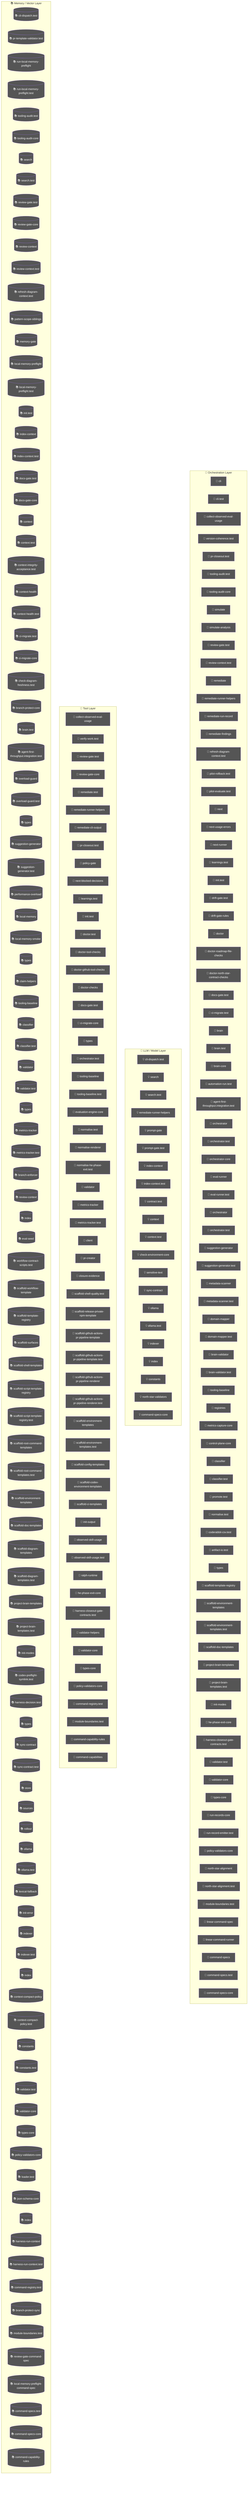
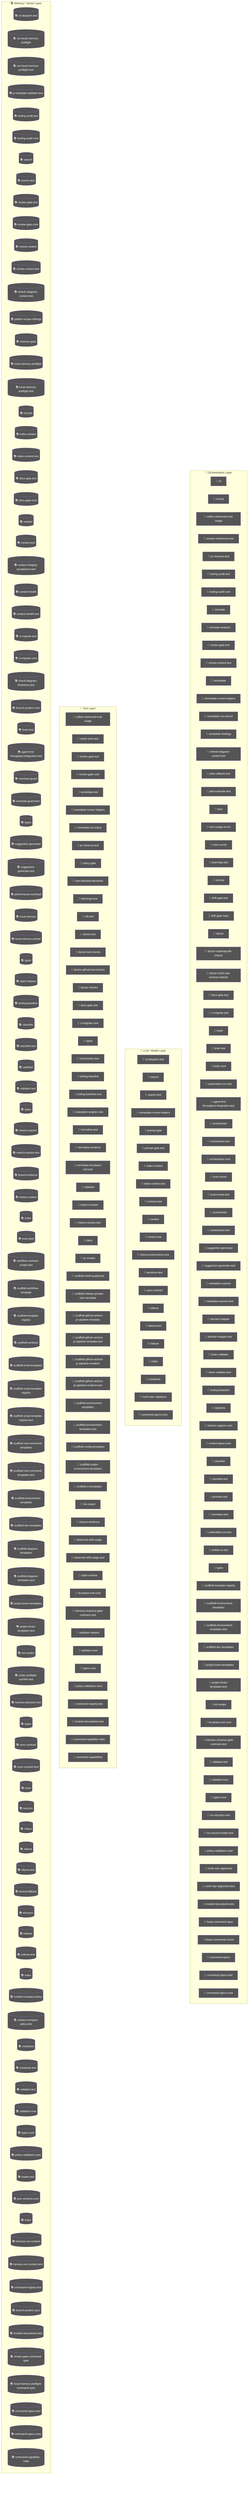
flowchart TD
  subgraph Orchestration["🎯 Orchestration Layer"]
    cli_99bb8840["🤖 cli"]
    cli_test_4851f28b["🤖 cli.test"]
    node_agent_mmd_orchestration_layer_orchestration_coll_37781291["🤖 collect-observed-eval-usage"]
    version_coherence_test_b81c6d8e["🤖 version-coherence.test"]
    pr_closeout_test_12a1ffdd["🤖 pr-closeout.test"]
    node_agent_mmd_orchestration_layer_orchestration_tool_5f9f8adf["🤖 tooling-audit.test"]
    node_agent_mmd_orchestration_layer_orchestration_tool_acfe0c01["🤖 tooling-audit-core"]
    simulate_b9efe395["🤖 simulate"]
    simulate_analysis_164a460c["🤖 simulate-analysis"]
    node_agent_mmd_orchestration_layer_orchestration_revi_ae9f100c["🤖 review-gate.test"]
    node_agent_mmd_orchestration_layer_orchestration_revi_84f25e5b["🤖 review-context.test"]
    remediate_06b9c7fc["🤖 remediate"]
    node_agent_mmd_orchestration_layer_orchestration_reme_359fe98f["🤖 remediate-runner-helpers"]
    remediate_run_record_9dfe5dc1["🤖 remediate-run-record"]
    remediate_findings_8b09c8c6["🤖 remediate-findings"]
    node_agent_mmd_orchestration_layer_orchestration_refr_10a87984["🤖 refresh-diagram-context.test"]
    pilot_rollback_test_e61d5a2b["🤖 pilot-rollback.test"]
    pilot_evaluate_test_a2ac06fc["🤖 pilot-evaluate.test"]
    next_c6c1c9a9["🤖 next"]
    next_usage_errors_837a345a["🤖 next-usage-errors"]
    next_runner_41643472["🤖 next-runner"]
    node_agent_mmd_orchestration_layer_orchestration_lear_5a2a5b08["🤖 learnings.test"]
    node_agent_mmd_orchestration_layer_orchestration_init_daf6ae1b["🤖 init.test"]
    drift_gate_test_816765e3["🤖 drift-gate.test"]
    drift_gate_rules_9685e72d["🤖 drift-gate-rules"]
    doctor_72f4be89["🤖 doctor"]
    doctor_roadmap_file_checks_14447b8e["🤖 doctor-roadmap-file-checks"]
    doctor_north_star_contract_checks_0048124c["🤖 doctor-north-star-contract-checks"]
    node_agent_mmd_orchestration_layer_orchestration_docs_22c7ae60["🤖 docs-gate.test"]
    node_agent_mmd_orchestration_layer_orchestration_ci_m_a6704d8b["🤖 ci-migrate.test"]
    brain_bbbf7a64["🤖 brain"]
    node_agent_mmd_orchestration_layer_orchestration_brai_9c019b6e["🤖 brain.test"]
    brain_core_aa07c380["🤖 brain-core"]
    automation_run_test_7b21d905["🤖 automation-run.test"]
    node_agent_mmd_orchestration_layer_orchestration_agen_eb715f44["🤖 agent-first-throughput.integration.test"]
    orchestrator_11376b7e["🤖 orchestrator"]
    orchestrator_test_18d2fe26["🤖 orchestrator.test"]
    orchestrator_core_d0678b53["🤖 orchestrator-core"]
    eval_runner_0966a6b3["🤖 eval-runner"]
    eval_runner_test_962c8c18["🤖 eval-runner.test"]
    orchestrator_1_6b7137c5["🤖 orchestrator"]
    node_agent_mmd_orchestration_layer_orchestration_orch_af4e7416["🤖 orchestrator.test"]
    node_agent_mmd_orchestration_layer_orchestration_sugg_85c5ebe3["🤖 suggestion-generator"]
    node_agent_mmd_orchestration_layer_orchestration_sugg_d0ad9d8e["🤖 suggestion-generator.test"]
    metadata_scanner_6a101b66["🤖 metadata-scanner"]
    metadata_scanner_test_faee743d["🤖 metadata-scanner.test"]
    domain_mapper_cd9333d2["🤖 domain-mapper"]
    domain_mapper_test_dc5a9896["🤖 domain-mapper.test"]
    brain_validator_be251832["🤖 brain-validator"]
    brain_validator_test_5e40cb72["🤖 brain-validator.test"]
    node_agent_mmd_orchestration_layer_orchestration_tool_cc43149f["🤖 tooling-baseline"]
    registries_06402afa["🤖 registries"]
    metrics_capture_core_db4bf7cf["🤖 metrics-capture-core"]
    control_plane_core_db3b4cb2["🤖 control-plane-core"]
    node_agent_mmd_orchestration_layer_orchestration_clas_899b821a["🤖 classifier"]
    node_agent_mmd_orchestration_layer_orchestration_clas_402e0b3f["🤖 classifier.test"]
    promote_test_5c615269["🤖 promote.test"]
    normalise_test_1_6643dd83["🤖 normalise.test"]
    coderabbit_csv_test_1f36d0a4["🤖 coderabbit-csv.test"]
    artifact_io_test_aac02da3["🤖 artifact-io.test"]
    types_16_0fae1112["🤖 types"]
    node_agent_mmd_orchestration_layer_orchestration_scaf_ff8f92f6["🤖 scaffold-template-registry"]
    node_agent_mmd_orchestration_layer_orchestration_scaf_c9a90c2f["🤖 scaffold-environment-templates"]
    node_agent_mmd_orchestration_layer_orchestration_scaf_78d57a93["🤖 scaffold-environment-templates.test"]
    node_agent_mmd_orchestration_layer_orchestration_scaf_12cc07db["🤖 scaffold-doc-templates"]
    node_agent_mmd_orchestration_layer_orchestration_proj_6ab6f60f["🤖 project-brain-templates"]
    node_agent_mmd_orchestration_layer_orchestration_proj_d78b2f4f["🤖 project-brain-templates.test"]
    node_agent_mmd_orchestration_layer_orchestration_init_2a9c3ecb["🤖 init-modes"]
    node_agent_mmd_orchestration_layer_orchestration_he_p_fc778c24["🤖 he-phase-exit-core"]
    node_agent_mmd_orchestration_layer_orchestration_harn_7761fad1["🤖 harness-closeout-gate-contracts.test"]
    node_agent_mmd_orchestration_layer_orchestration_vali_a3b17e45["🤖 validator.test"]
    node_agent_mmd_orchestration_layer_orchestration_vali_d9fe99e6["🤖 validator-core"]
    node_agent_mmd_orchestration_layer_orchestration_type_7cf81261["🤖 types-core"]
    run_records_core_89286dfa["🤖 run-records-core"]
    run_record_emitter_test_5475c0da["🤖 run-record-emitter.test"]
    node_agent_mmd_orchestration_layer_orchestration_poli_3270b55d["🤖 policy-validators-core"]
    north_star_alignment_00440188["🤖 north-star-alignment"]
    north_star_alignment_test_3ae1d69b["🤖 north-star-alignment.test"]
    node_agent_mmd_orchestration_layer_orchestration_modu_72373e29["🤖 module-boundaries.test"]
    linear_command_spec_1e12dd44["🤖 linear-command-spec"]
    linear_command_runner_4a740dfc["🤖 linear-command-runner"]
    command_specs_69167c63["🤖 command-specs"]
    node_agent_mmd_orchestration_layer_orchestration_comm_a137ef0a["🤖 command-specs.test"]
    node_agent_mmd_orchestration_layer_orchestration_comm_1f8cc24c["🤖 command-specs-core"]
  end
  subgraph LLMLayer["🧠 LLM / Model Layer"]
    node_agent_mmd_llm_model_layer_llmlayer_cli_dispatch__7ecbc6e7["💡 cli-dispatch.test"]
    node_agent_mmd_llm_model_layer_llmlayer_search_search_66b9a911["💡 search"]
    node_agent_mmd_llm_model_layer_llmlayer_search_test_s_72d50705["💡 search.test"]
    node_agent_mmd_llm_model_layer_llmlayer_remediate_run_9e3d4585["💡 remediate-runner-helpers"]
    prompt_gate_c5e9d207["💡 prompt-gate"]
    prompt_gate_test_1a442b27["💡 prompt-gate.test"]
    node_agent_mmd_llm_model_layer_llmlayer_index_context_1041bd11["💡 index-context"]
    node_agent_mmd_llm_model_layer_llmlayer_index_context_7e927b45["💡 index-context.test"]
    contract_test_2262847f["💡 contract.test"]
    node_agent_mmd_llm_model_layer_llmlayer_context_conte_ad2dfbd9["💡 context"]
    node_agent_mmd_llm_model_layer_llmlayer_context_test__32277db3["💡 context.test"]
    check_environment_core_2c16213f["💡 check-environment-core"]
    sensitive_text_7c11f760["💡 sensitive-text"]
    node_agent_mmd_llm_model_layer_llmlayer_sync_contract_9f3cc8c1["💡 sync-contract"]
    node_agent_mmd_llm_model_layer_llmlayer_ollama_ollama_968b23fa["💡 ollama"]
    node_agent_mmd_llm_model_layer_llmlayer_ollama_test_o_d62a0b5a["💡 ollama.test"]
    node_agent_mmd_llm_model_layer_llmlayer_indexer_index_4f4deef5["💡 indexer"]
    node_agent_mmd_llm_model_layer_llmlayer_index_index_1_02e160ff["💡 index"]
    node_agent_mmd_llm_model_layer_llmlayer_constants_con_c9bd3f6c["💡 constants"]
    north_star_validators_cfc926ce["💡 north-star-validators"]
    node_agent_mmd_llm_model_layer_llmlayer_command_specs_782af9fa["💡 command-specs-core"]
  end
  subgraph ToolLayer["🔧 Tool Layer"]
    node_agent_mmd_tool_layer_toollayer_collect_observed__f30f627d["🔧 collect-observed-eval-usage"]
    verify_work_test_0e12f6c5["🔧 verify-work.test"]
    node_agent_mmd_tool_layer_toollayer_review_gate_test__548e6c28["🔧 review-gate.test"]
    node_agent_mmd_tool_layer_toollayer_review_gate_core__7704598b["🔧 review-gate-core"]
    remediate_test_6f59cafe["🔧 remediate.test"]
    node_agent_mmd_tool_layer_toollayer_remediate_runner__c003b871["🔧 remediate-runner-helpers"]
    remediate_cli_output_cc165396["🔧 remediate-cli-output"]
    pr_closeout_test_1_be1a0df1["🔧 pr-closeout.test"]
    policy_gate_213f7313["🔧 policy-gate"]
    next_blocked_decisions_4140ad2b["🔧 next-blocked-decisions"]
    node_agent_mmd_tool_layer_toollayer_learnings_test_le_d61f175f["🔧 learnings.test"]
    node_agent_mmd_tool_layer_toollayer_init_test_init_te_ae014ee3["🔧 init.test"]
    doctor_test_e032e8b5["🔧 doctor.test"]
    doctor_tool_checks_4acac51a["🔧 doctor-tool-checks"]
    doctor_github_tool_checks_a53b0382["🔧 doctor-github-tool-checks"]
    doctor_checks_5a2eb2b9["🔧 doctor-checks"]
    node_agent_mmd_tool_layer_toollayer_docs_gate_test_do_ca0c4c21["🔧 docs-gate.test"]
    node_agent_mmd_tool_layer_toollayer_ci_migrate_core_c_049f8460["🔧 ci-migrate-core"]
    types_1_4ecdf56e["🔧 types"]
    node_agent_mmd_tool_layer_toollayer_orchestrator_test_b563c528["🔧 orchestrator.test"]
    node_agent_mmd_tool_layer_toollayer_tooling_baseline__61e66e9f["🔧 tooling-baseline"]
    tooling_baseline_test_d272ddb6["🔧 tooling-baseline.test"]
    evaluation_engine_core_e054fe49["🔧 evaluation-engine-core"]
    normalise_test_73e8a615["🔧 normalise.test"]
    normalise_renderer_85f2e563["🔧 normalise-renderer"]
    normalise_he_phase_exit_test_1788efc4["🔧 normalise-he-phase-exit.test"]
    node_agent_mmd_tool_layer_toollayer_validator_validat_96a84a52["🔧 validator"]
    node_agent_mmd_tool_layer_toollayer_metrics_tracker_m_4c9237d8["🔧 metrics-tracker"]
    node_agent_mmd_tool_layer_toollayer_metrics_tracker_t_8947b778["🔧 metrics-tracker.test"]
    client_1_914e1681["🔧 client"]
    pr_creator_dc6b1ea4["🔧 pr-creator"]
-     closure_evidence_aaa31467["🔧 closure-evidence"]
    scaffold_shell_quality_test_79567d03["🔧 scaffold-shell-quality.test"]
    scaffold_release_private_npm_template_075499f8["🔧 scaffold-release-private-npm-template"]
    scaffold_github_actions_pr_pipeline_template_e2b85f62["🔧 scaffold-github-actions-pr-pipeline-template"]
    scaffold_github_actions_pr_pipeline_template_test_be464a7b["🔧 scaffold-github-actions-pr-pipeline-template.test"]
    scaffold_github_actions_pr_pipeline_renderer_1ee18de5["🔧 scaffold-github-actions-pr-pipeline-renderer"]
    scaffold_github_actions_pr_pipeline_renderer_test_2cc38272["🔧 scaffold-github-actions-pr-pipeline-renderer.test"]
    node_agent_mmd_tool_layer_toollayer_scaffold_environm_c1afc013["🔧 scaffold-environment-templates"]
    node_agent_mmd_tool_layer_toollayer_scaffold_environm_1a8f8168["🔧 scaffold-environment-templates.test"]
    scaffold_config_templates_4b80ce53["🔧 scaffold-config-templates"]
    scaffold_codex_environment_templates_334fbbed["🔧 scaffold-codex-environment-templates"]
    scaffold_ci_templates_2afd6392["🔧 scaffold-ci-templates"]
    init_output_360dce91["🔧 init-output"]
+     closure_evidence_aaa31467["🔧 closure-evidence"]
    observed_skill_usage_ed7d5930["🔧 observed-skill-usage"]
    observed_skill_usage_test_311c215a["🔧 observed-skill-usage.test"]
    ralph_runtime_73d63c0e["🔧 ralph-runtime"]
    node_agent_mmd_tool_layer_toollayer_he_phase_exit_cor_af016160["🔧 he-phase-exit-core"]
    node_agent_mmd_tool_layer_toollayer_harness_closeout__df9d1dab["🔧 harness-closeout-gate-contracts.test"]
    validator_helpers_7b927667["🔧 validator-helpers"]
    node_agent_mmd_tool_layer_toollayer_validator_core_va_6ef6131f["🔧 validator-core"]
    node_agent_mmd_tool_layer_toollayer_types_core_types__6c8319b6["🔧 types-core"]
    node_agent_mmd_tool_layer_toollayer_policy_validators_af136abf["🔧 policy-validators-core"]
    node_agent_mmd_tool_layer_toollayer_command_registry__cce57abe["🔧 command-registry.test"]
    node_agent_mmd_tool_layer_toollayer_module_boundaries_fecf90b5["🔧 module-boundaries.test"]
    node_agent_mmd_tool_layer_toollayer_command_capabilit_e97a4615["🔧 command-capability-rules"]
    command_capabilities_a4d5c71e["🔧 command-capabilities"]
  end
  subgraph MemoryLayer["📚 Memory / Vector Layer"]
    node_agent_mmd_memory_vector_layer_memorylayer_cli_di_c121353b[("📚 cli-dispatch.test")]
-     pr_template_validator_test_569b1cef[("📚 pr-template-validator.test")]
    run_local_memory_preflight_36e92808[("📚 run-local-memory-preflight")]
    run_local_memory_preflight_test_1d7c5aa0[("📚 run-local-memory-preflight.test")]
+     pr_template_validator_test_569b1cef[("📚 pr-template-validator.test")]
    node_agent_mmd_memory_vector_layer_memorylayer_toolin_48be0fc9[("📚 tooling-audit.test")]
    node_agent_mmd_memory_vector_layer_memorylayer_toolin_a1185b8f[("📚 tooling-audit-core")]
    node_agent_mmd_memory_vector_layer_memorylayer_search_ac35cb7e[("📚 search")]
    node_agent_mmd_memory_vector_layer_memorylayer_search_ebbe6c53[("📚 search.test")]
    node_agent_mmd_memory_vector_layer_memorylayer_review_e0e0b257[("📚 review-gate.test")]
    node_agent_mmd_memory_vector_layer_memorylayer_review_5bee9816[("📚 review-gate-core")]
    review_context_ca6cf81d[("📚 review-context")]
    node_agent_mmd_memory_vector_layer_memorylayer_review_3255d3cf[("📚 review-context.test")]
    node_agent_mmd_memory_vector_layer_memorylayer_refres_b1a0f415[("📚 refresh-diagram-context.test")]
    pattern_scope_siblings_43abe000[("📚 pattern-scope-siblings")]
    memory_gate_a577a506[("📚 memory-gate")]
    local_memory_preflight_dcc36c42[("📚 local-memory-preflight")]
    local_memory_preflight_test_5e323bbf[("📚 local-memory-preflight.test")]
    node_agent_mmd_memory_vector_layer_memorylayer_init_t_bac0fb9d[("📚 init.test")]
    node_agent_mmd_memory_vector_layer_memorylayer_index__6f3402d0[("📚 index-context")]
    node_agent_mmd_memory_vector_layer_memorylayer_index__46fc46d7[("📚 index-context.test")]
    node_agent_mmd_memory_vector_layer_memorylayer_docs_g_2ab7a620[("📚 docs-gate.test")]
    docs_gate_core_eb9b6c18[("📚 docs-gate-core")]
    node_agent_mmd_memory_vector_layer_memorylayer_contex_78ceaaa9[("📚 context")]
    node_agent_mmd_memory_vector_layer_memorylayer_contex_4e7cab00[("📚 context.test")]
    context_integrity_acceptance_test_59f961b1[("📚 context-integrity-acceptance.test")]
    context_health_80bb7da9[("📚 context-health")]
    context_health_test_3b5b87f3[("📚 context-health.test")]
    node_agent_mmd_memory_vector_layer_memorylayer_ci_mig_df76706f[("📚 ci-migrate.test")]
    node_agent_mmd_memory_vector_layer_memorylayer_ci_mig_0cd5b1a4[("📚 ci-migrate-core")]
    check_diagram_freshness_test_c1dc40aa[("📚 check-diagram-freshness.test")]
    branch_protect_core_a8feb0fd[("📚 branch-protect-core")]
    node_agent_mmd_memory_vector_layer_memorylayer_brain__80b5ea48[("📚 brain.test")]
    node_agent_mmd_memory_vector_layer_memorylayer_agent__6f084ab8[("📚 agent-first-throughput.integration.test")]
    overload_guard_2748c559[("📚 overload-guard")]
    overload_guard_test_6ece9f86[("📚 overload-guard.test")]
    types_3_9675d69b[("📚 types")]
    node_agent_mmd_memory_vector_layer_memorylayer_sugges_267f408d[("📚 suggestion-generator")]
    node_agent_mmd_memory_vector_layer_memorylayer_sugges_b043d150[("📚 suggestion-generator.test")]
    performance_overload_c685bfcf[("📚 performance-overload")]
    local_memory_0db17ecc[("📚 local-memory")]
    local_memory_smoke_1175abfc[("📚 local-memory-smoke")]
    types_8_f6283648[("📚 types")]
    claim_helpers_20dc8387[("📚 claim-helpers")]
    node_agent_mmd_memory_vector_layer_memorylayer_toolin_14f86b00[("📚 tooling-baseline")]
    node_agent_mmd_memory_vector_layer_memorylayer_classi_1ebbf5ff[("📚 classifier")]
    node_agent_mmd_memory_vector_layer_memorylayer_classi_58e617e7[("📚 classifier.test")]
    node_agent_mmd_memory_vector_layer_memorylayer_valida_1b167f63[("📚 validator")]
    validator_test_1_c5015ca0[("📚 validator.test")]
    types_12_2b09659a[("📚 types")]
    node_agent_mmd_memory_vector_layer_memorylayer_metric_12562178[("📚 metrics-tracker")]
    node_agent_mmd_memory_vector_layer_memorylayer_metric_74129788[("📚 metrics-tracker.test")]
    branch_enforcer_acb749cd[("📚 branch-enforcer")]
    review_context_1_e3afed15[("📚 review-context")]
    index_2_10143590[("📚 index")]
    eval_seed_5699fd3e[("📚 eval-seed")]
    workflow_contract_scripts_test_681e2e3c[("📚 workflow-contract-scripts.test")]
    scaffold_workflow_template_92310587[("📚 scaffold-workflow-template")]
    node_agent_mmd_memory_vector_layer_memorylayer_scaffo_a86eece1[("📚 scaffold-template-registry")]
    scaffold_surfaces_12d6494e[("📚 scaffold-surfaces")]
    scaffold_shell_templates_0ad0f915[("📚 scaffold-shell-templates")]
    scaffold_script_template_registry_69312d4e[("📚 scaffold-script-template-registry")]
    scaffold_script_template_registry_test_6a8ebefe[("📚 scaffold-script-template-registry.test")]
    scaffold_root_command_templates_404fed7f[("📚 scaffold-root-command-templates")]
    scaffold_root_command_templates_test_14596939[("📚 scaffold-root-command-templates.test")]
    node_agent_mmd_memory_vector_layer_memorylayer_scaffo_12b42341[("📚 scaffold-environment-templates")]
    node_agent_mmd_memory_vector_layer_memorylayer_scaffo_5fd73b94[("📚 scaffold-doc-templates")]
    scaffold_diagram_templates_dd88e83c[("📚 scaffold-diagram-templates")]
    scaffold_diagram_templates_test_f3774c28[("📚 scaffold-diagram-templates.test")]
    node_agent_mmd_memory_vector_layer_memorylayer_projec_3ae304d9[("📚 project-brain-templates")]
    node_agent_mmd_memory_vector_layer_memorylayer_projec_6048335b[("📚 project-brain-templates.test")]
    node_agent_mmd_memory_vector_layer_memorylayer_init_m_333d02c5[("📚 init-modes")]
    codex_preflight_symlink_test_037558db[("📚 codex-preflight-symlink.test")]
    harness_decision_test_7e5a4fe5[("📚 harness-decision.test")]
    types_18_37582e2a[("📚 types")]
    node_agent_mmd_memory_vector_layer_memorylayer_sync_c_e43418bc[("📚 sync-contract")]
    sync_contract_test_5dc3165c[("📚 sync-contract.test")]
    store_824d80d7[("📚 store")]
    sources_1_e133d97d[("📚 sources")]
    rollout_a4fa034c[("📚 rollout")]
    node_agent_mmd_memory_vector_layer_memorylayer_ollama_6d51be16[("📚 ollama")]
    node_agent_mmd_memory_vector_layer_memorylayer_ollama_d800c0c4[("📚 ollama.test")]
    lexical_fallback_723e2b3e[("📚 lexical-fallback")]
    init_error_5c7dd49f[("📚 init-error")]
    node_agent_mmd_memory_vector_layer_memorylayer_indexe_93e6d86f[("📚 indexer")]
    indexer_test_d492f0aa[("📚 indexer.test")]
    node_agent_mmd_memory_vector_layer_memorylayer_index__752bc61e[("📚 index")]
    context_compact_policy_3dcaf95d[("📚 context-compact-policy")]
    context_compact_policy_test_da148267[("📚 context-compact-policy.test")]
    node_agent_mmd_memory_vector_layer_memorylayer_consta_702d3f46[("📚 constants")]
    constants_test_5492ae98[("📚 constants.test")]
    node_agent_mmd_memory_vector_layer_memorylayer_valida_caacfcdf[("📚 validator.test")]
    node_agent_mmd_memory_vector_layer_memorylayer_valida_41034356[("📚 validator-core")]
    node_agent_mmd_memory_vector_layer_memorylayer_types__83f369fa[("📚 types-core")]
    node_agent_mmd_memory_vector_layer_memorylayer_policy_1944de42[("📚 policy-validators-core")]
    loader_test_03424671[("📚 loader.test")]
    json_schema_core_96d7e328[("📚 json-schema-core")]
    index_6_fc9e91e2[("📚 index")]
    harness_run_context_ac7c77a9[("📚 harness-run-context")]
    harness_run_context_test_c6937fed[("📚 harness-run-context.test")]
    node_agent_mmd_memory_vector_layer_memorylayer_comman_362247bb[("📚 command-registry.test")]
    branch_protect_sync_570adb18[("📚 branch-protect-sync")]
    node_agent_mmd_memory_vector_layer_memorylayer_module_9bfd18b1[("📚 module-boundaries.test")]
    review_gate_command_spec_3187376a[("📚 review-gate-command-spec")]
    local_memory_preflight_command_spec_9e23f3ce[("📚 local-memory-preflight-command-spec")]
    node_agent_mmd_memory_vector_layer_memorylayer_comman_d36d1650[("📚 command-specs.test")]
    node_agent_mmd_memory_vector_layer_memorylayer_comman_111eb454[("📚 command-specs-core")]
    node_agent_mmd_memory_vector_layer_memorylayer_comman_c72a5d05[("📚 command-capability-rules")]
  end
  classDef agentNode fill:#555,color:#fff
  class cli_99bb8840,cli_test_4851f28b,node_agent_mmd_orchestration_layer_orchestration_coll_37781291,node_agent_mmd_tool_layer_toollayer_collect_observed__f30f627d,version_coherence_test_b81c6d8e,pr_closeout_test_12a1ffdd,node_agent_mmd_orchestration_layer_orchestration_tool_5f9f8adf,node_agent_mmd_memory_vector_layer_memorylayer_toolin_48be0fc9,node_agent_mmd_orchestration_layer_orchestration_tool_acfe0c01,node_agent_mmd_memory_vector_layer_memorylayer_toolin_a1185b8f,simulate_b9efe395,simulate_analysis_164a460c,node_agent_mmd_orchestration_layer_orchestration_revi_ae9f100c,node_agent_mmd_tool_layer_toollayer_review_gate_test__548e6c28,node_agent_mmd_memory_vector_layer_memorylayer_review_e0e0b257,node_agent_mmd_orchestration_layer_orchestration_revi_84f25e5b,node_agent_mmd_memory_vector_layer_memorylayer_review_3255d3cf,remediate_06b9c7fc,node_agent_mmd_orchestration_layer_orchestration_reme_359fe98f,node_agent_mmd_llm_model_layer_llmlayer_remediate_run_9e3d4585,node_agent_mmd_tool_layer_toollayer_remediate_runner__c003b871,remediate_run_record_9dfe5dc1,remediate_findings_8b09c8c6,node_agent_mmd_orchestration_layer_orchestration_refr_10a87984,node_agent_mmd_memory_vector_layer_memorylayer_refres_b1a0f415,pilot_rollback_test_e61d5a2b,pilot_evaluate_test_a2ac06fc,next_c6c1c9a9,next_usage_errors_837a345a,next_runner_41643472,node_agent_mmd_orchestration_layer_orchestration_lear_5a2a5b08,node_agent_mmd_tool_layer_toollayer_learnings_test_le_d61f175f,node_agent_mmd_orchestration_layer_orchestration_init_daf6ae1b,node_agent_mmd_tool_layer_toollayer_init_test_init_te_ae014ee3,node_agent_mmd_memory_vector_layer_memorylayer_init_t_bac0fb9d,drift_gate_test_816765e3,drift_gate_rules_9685e72d,doctor_72f4be89,doctor_roadmap_file_checks_14447b8e,doctor_north_star_contract_checks_0048124c,node_agent_mmd_orchestration_layer_orchestration_docs_22c7ae60,node_agent_mmd_tool_layer_toollayer_docs_gate_test_do_ca0c4c21,node_agent_mmd_memory_vector_layer_memorylayer_docs_g_2ab7a620,node_agent_mmd_orchestration_layer_orchestration_ci_m_a6704d8b,node_agent_mmd_memory_vector_layer_memorylayer_ci_mig_df76706f,brain_bbbf7a64,node_agent_mmd_orchestration_layer_orchestration_brai_9c019b6e,node_agent_mmd_memory_vector_layer_memorylayer_brain__80b5ea48,brain_core_aa07c380,automation_run_test_7b21d905,node_agent_mmd_orchestration_layer_orchestration_agen_eb715f44,node_agent_mmd_memory_vector_layer_memorylayer_agent__6f084ab8,orchestrator_11376b7e,orchestrator_test_18d2fe26,orchestrator_core_d0678b53,eval_runner_0966a6b3,eval_runner_test_962c8c18,orchestrator_1_6b7137c5,node_agent_mmd_orchestration_layer_orchestration_orch_af4e7416,node_agent_mmd_tool_layer_toollayer_orchestrator_test_b563c528,node_agent_mmd_orchestration_layer_orchestration_sugg_85c5ebe3,node_agent_mmd_memory_vector_layer_memorylayer_sugges_267f408d,node_agent_mmd_orchestration_layer_orchestration_sugg_d0ad9d8e,node_agent_mmd_memory_vector_layer_memorylayer_sugges_b043d150,metadata_scanner_6a101b66,metadata_scanner_test_faee743d,domain_mapper_cd9333d2,domain_mapper_test_dc5a9896,brain_validator_be251832,brain_validator_test_5e40cb72,node_agent_mmd_orchestration_layer_orchestration_tool_cc43149f,node_agent_mmd_tool_layer_toollayer_tooling_baseline__61e66e9f,node_agent_mmd_memory_vector_layer_memorylayer_toolin_14f86b00,registries_06402afa,metrics_capture_core_db4bf7cf,control_plane_core_db3b4cb2,node_agent_mmd_orchestration_layer_orchestration_clas_899b821a,node_agent_mmd_memory_vector_layer_memorylayer_classi_1ebbf5ff,node_agent_mmd_orchestration_layer_orchestration_clas_402e0b3f,node_agent_mmd_memory_vector_layer_memorylayer_classi_58e617e7,promote_test_5c615269,normalise_test_1_6643dd83,coderabbit_csv_test_1f36d0a4,artifact_io_test_aac02da3,types_16_0fae1112,node_agent_mmd_orchestration_layer_orchestration_scaf_ff8f92f6,node_agent_mmd_memory_vector_layer_memorylayer_scaffo_a86eece1,node_agent_mmd_orchestration_layer_orchestration_scaf_c9a90c2f,node_agent_mmd_tool_layer_toollayer_scaffold_environm_c1afc013,node_agent_mmd_memory_vector_layer_memorylayer_scaffo_12b42341,node_agent_mmd_orchestration_layer_orchestration_scaf_78d57a93,node_agent_mmd_tool_layer_toollayer_scaffold_environm_1a8f8168,node_agent_mmd_orchestration_layer_orchestration_scaf_12cc07db,node_agent_mmd_memory_vector_layer_memorylayer_scaffo_5fd73b94,node_agent_mmd_orchestration_layer_orchestration_proj_6ab6f60f,node_agent_mmd_memory_vector_layer_memorylayer_projec_3ae304d9,node_agent_mmd_orchestration_layer_orchestration_proj_d78b2f4f,node_agent_mmd_memory_vector_layer_memorylayer_projec_6048335b,node_agent_mmd_orchestration_layer_orchestration_init_2a9c3ecb,node_agent_mmd_memory_vector_layer_memorylayer_init_m_333d02c5,node_agent_mmd_orchestration_layer_orchestration_he_p_fc778c24,node_agent_mmd_tool_layer_toollayer_he_phase_exit_cor_af016160,node_agent_mmd_orchestration_layer_orchestration_harn_7761fad1,node_agent_mmd_tool_layer_toollayer_harness_closeout__df9d1dab,node_agent_mmd_orchestration_layer_orchestration_vali_a3b17e45,node_agent_mmd_memory_vector_layer_memorylayer_valida_caacfcdf,node_agent_mmd_orchestration_layer_orchestration_vali_d9fe99e6,node_agent_mmd_tool_layer_toollayer_validator_core_va_6ef6131f,node_agent_mmd_memory_vector_layer_memorylayer_valida_41034356,node_agent_mmd_orchestration_layer_orchestration_type_7cf81261,node_agent_mmd_tool_layer_toollayer_types_core_types__6c8319b6,node_agent_mmd_memory_vector_layer_memorylayer_types__83f369fa,run_records_core_89286dfa,run_record_emitter_test_5475c0da,node_agent_mmd_orchestration_layer_orchestration_poli_3270b55d,node_agent_mmd_tool_layer_toollayer_policy_validators_af136abf,node_agent_mmd_memory_vector_layer_memorylayer_policy_1944de42,north_star_alignment_00440188,north_star_alignment_test_3ae1d69b,node_agent_mmd_orchestration_layer_orchestration_modu_72373e29,node_agent_mmd_tool_layer_toollayer_module_boundaries_fecf90b5,node_agent_mmd_memory_vector_layer_memorylayer_module_9bfd18b1,linear_command_spec_1e12dd44,linear_command_runner_4a740dfc,command_specs_69167c63,node_agent_mmd_orchestration_layer_orchestration_comm_a137ef0a,node_agent_mmd_memory_vector_layer_memorylayer_comman_d36d1650,node_agent_mmd_orchestration_layer_orchestration_comm_1f8cc24c,node_agent_mmd_llm_model_layer_llmlayer_command_specs_782af9fa,node_agent_mmd_memory_vector_layer_memorylayer_comman_111eb454 agentNode
  classDef llmNode fill:#555,color:#fff
  class node_agent_mmd_llm_model_layer_llmlayer_cli_dispatch__7ecbc6e7,node_agent_mmd_memory_vector_layer_memorylayer_cli_di_c121353b,node_agent_mmd_llm_model_layer_llmlayer_search_search_66b9a911,node_agent_mmd_memory_vector_layer_memorylayer_search_ac35cb7e,node_agent_mmd_llm_model_layer_llmlayer_search_test_s_72d50705,node_agent_mmd_memory_vector_layer_memorylayer_search_ebbe6c53,node_agent_mmd_orchestration_layer_orchestration_reme_359fe98f,node_agent_mmd_llm_model_layer_llmlayer_remediate_run_9e3d4585,node_agent_mmd_tool_layer_toollayer_remediate_runner__c003b871,prompt_gate_c5e9d207,prompt_gate_test_1a442b27,node_agent_mmd_llm_model_layer_llmlayer_index_context_1041bd11,node_agent_mmd_memory_vector_layer_memorylayer_index__6f3402d0,node_agent_mmd_llm_model_layer_llmlayer_index_context_7e927b45,node_agent_mmd_memory_vector_layer_memorylayer_index__46fc46d7,contract_test_2262847f,node_agent_mmd_llm_model_layer_llmlayer_context_conte_ad2dfbd9,node_agent_mmd_memory_vector_layer_memorylayer_contex_78ceaaa9,node_agent_mmd_llm_model_layer_llmlayer_context_test__32277db3,node_agent_mmd_memory_vector_layer_memorylayer_contex_4e7cab00,check_environment_core_2c16213f,sensitive_text_7c11f760,node_agent_mmd_llm_model_layer_llmlayer_sync_contract_9f3cc8c1,node_agent_mmd_memory_vector_layer_memorylayer_sync_c_e43418bc,node_agent_mmd_llm_model_layer_llmlayer_ollama_ollama_968b23fa,node_agent_mmd_memory_vector_layer_memorylayer_ollama_6d51be16,node_agent_mmd_llm_model_layer_llmlayer_ollama_test_o_d62a0b5a,node_agent_mmd_memory_vector_layer_memorylayer_ollama_d800c0c4,node_agent_mmd_llm_model_layer_llmlayer_indexer_index_4f4deef5,node_agent_mmd_memory_vector_layer_memorylayer_indexe_93e6d86f,node_agent_mmd_llm_model_layer_llmlayer_index_index_1_02e160ff,node_agent_mmd_memory_vector_layer_memorylayer_index__752bc61e,node_agent_mmd_llm_model_layer_llmlayer_constants_con_c9bd3f6c,node_agent_mmd_memory_vector_layer_memorylayer_consta_702d3f46,north_star_validators_cfc926ce,node_agent_mmd_orchestration_layer_orchestration_comm_1f8cc24c,node_agent_mmd_llm_model_layer_llmlayer_command_specs_782af9fa,node_agent_mmd_memory_vector_layer_memorylayer_comman_111eb454 llmNode
  classDef toolNode fill:#555,color:#fff
-   class node_agent_mmd_orchestration_layer_orchestration_coll_37781291,node_agent_mmd_tool_layer_toollayer_collect_observed__f30f627d,verify_work_test_0e12f6c5,node_agent_mmd_orchestration_layer_orchestration_revi_ae9f100c,node_agent_mmd_tool_layer_toollayer_review_gate_test__548e6c28,node_agent_mmd_memory_vector_layer_memorylayer_review_e0e0b257,node_agent_mmd_tool_layer_toollayer_review_gate_core__7704598b,node_agent_mmd_memory_vector_layer_memorylayer_review_5bee9816,remediate_test_6f59cafe,node_agent_mmd_orchestration_layer_orchestration_reme_359fe98f,node_agent_mmd_llm_model_layer_llmlayer_remediate_run_9e3d4585,node_agent_mmd_tool_layer_toollayer_remediate_runner__c003b871,remediate_cli_output_cc165396,pr_closeout_test_1_be1a0df1,policy_gate_213f7313,next_blocked_decisions_4140ad2b,node_agent_mmd_orchestration_layer_orchestration_lear_5a2a5b08,node_agent_mmd_tool_layer_toollayer_learnings_test_le_d61f175f,node_agent_mmd_orchestration_layer_orchestration_init_daf6ae1b,node_agent_mmd_tool_layer_toollayer_init_test_init_te_ae014ee3,node_agent_mmd_memory_vector_layer_memorylayer_init_t_bac0fb9d,doctor_test_e032e8b5,doctor_tool_checks_4acac51a,doctor_github_tool_checks_a53b0382,doctor_checks_5a2eb2b9,node_agent_mmd_orchestration_layer_orchestration_docs_22c7ae60,node_agent_mmd_tool_layer_toollayer_docs_gate_test_do_ca0c4c21,node_agent_mmd_memory_vector_layer_memorylayer_docs_g_2ab7a620,node_agent_mmd_tool_layer_toollayer_ci_migrate_core_c_049f8460,node_agent_mmd_memory_vector_layer_memorylayer_ci_mig_0cd5b1a4,types_1_4ecdf56e,node_agent_mmd_orchestration_layer_orchestration_orch_af4e7416,node_agent_mmd_tool_layer_toollayer_orchestrator_test_b563c528,node_agent_mmd_orchestration_layer_orchestration_tool_cc43149f,node_agent_mmd_tool_layer_toollayer_tooling_baseline__61e66e9f,node_agent_mmd_memory_vector_layer_memorylayer_toolin_14f86b00,tooling_baseline_test_d272ddb6,evaluation_engine_core_e054fe49,normalise_test_73e8a615,normalise_renderer_85f2e563,normalise_he_phase_exit_test_1788efc4,node_agent_mmd_tool_layer_toollayer_validator_validat_96a84a52,node_agent_mmd_memory_vector_layer_memorylayer_valida_1b167f63,node_agent_mmd_tool_layer_toollayer_metrics_tracker_m_4c9237d8,node_agent_mmd_memory_vector_layer_memorylayer_metric_12562178,node_agent_mmd_tool_layer_toollayer_metrics_tracker_t_8947b778,node_agent_mmd_memory_vector_layer_memorylayer_metric_74129788,client_1_914e1681,pr_creator_dc6b1ea4,closure_evidence_aaa31467,scaffold_shell_quality_test_79567d03,scaffold_release_private_npm_template_075499f8,scaffold_github_actions_pr_pipeline_template_e2b85f62,scaffold_github_actions_pr_pipeline_template_test_be464a7b,scaffold_github_actions_pr_pipeline_renderer_1ee18de5,scaffold_github_actions_pr_pipeline_renderer_test_2cc38272,node_agent_mmd_orchestration_layer_orchestration_scaf_c9a90c2f,node_agent_mmd_tool_layer_toollayer_scaffold_environm_c1afc013,node_agent_mmd_memory_vector_layer_memorylayer_scaffo_12b42341,node_agent_mmd_orchestration_layer_orchestration_scaf_78d57a93,node_agent_mmd_tool_layer_toollayer_scaffold_environm_1a8f8168,scaffold_config_templates_4b80ce53,scaffold_codex_environment_templates_334fbbed,scaffold_ci_templates_2afd6392,init_output_360dce91,observed_skill_usage_ed7d5930,observed_skill_usage_test_311c215a,ralph_runtime_73d63c0e,node_agent_mmd_orchestration_layer_orchestration_he_p_fc778c24,node_agent_mmd_tool_layer_toollayer_he_phase_exit_cor_af016160,node_agent_mmd_orchestration_layer_orchestration_harn_7761fad1,node_agent_mmd_tool_layer_toollayer_harness_closeout__df9d1dab,validator_helpers_7b927667,node_agent_mmd_orchestration_layer_orchestration_vali_d9fe99e6,node_agent_mmd_tool_layer_toollayer_validator_core_va_6ef6131f,node_agent_mmd_memory_vector_layer_memorylayer_valida_41034356,node_agent_mmd_orchestration_layer_orchestration_type_7cf81261,node_agent_mmd_tool_layer_toollayer_types_core_types__6c8319b6,node_agent_mmd_memory_vector_layer_memorylayer_types__83f369fa,node_agent_mmd_orchestration_layer_orchestration_poli_3270b55d,node_agent_mmd_tool_layer_toollayer_policy_validators_af136abf,node_agent_mmd_memory_vector_layer_memorylayer_policy_1944de42,node_agent_mmd_tool_layer_toollayer_command_registry__cce57abe,node_agent_mmd_memory_vector_layer_memorylayer_comman_362247bb,node_agent_mmd_orchestration_layer_orchestration_modu_72373e29,node_agent_mmd_tool_layer_toollayer_module_boundaries_fecf90b5,node_agent_mmd_memory_vector_layer_memorylayer_module_9bfd18b1,node_agent_mmd_tool_layer_toollayer_command_capabilit_e97a4615,node_agent_mmd_memory_vector_layer_memorylayer_comman_c72a5d05,command_capabilities_a4d5c71e toolNode
+   class node_agent_mmd_orchestration_layer_orchestration_coll_37781291,node_agent_mmd_tool_layer_toollayer_collect_observed__f30f627d,verify_work_test_0e12f6c5,node_agent_mmd_orchestration_layer_orchestration_revi_ae9f100c,node_agent_mmd_tool_layer_toollayer_review_gate_test__548e6c28,node_agent_mmd_memory_vector_layer_memorylayer_review_e0e0b257,node_agent_mmd_tool_layer_toollayer_review_gate_core__7704598b,node_agent_mmd_memory_vector_layer_memorylayer_review_5bee9816,remediate_test_6f59cafe,node_agent_mmd_orchestration_layer_orchestration_reme_359fe98f,node_agent_mmd_llm_model_layer_llmlayer_remediate_run_9e3d4585,node_agent_mmd_tool_layer_toollayer_remediate_runner__c003b871,remediate_cli_output_cc165396,pr_closeout_test_1_be1a0df1,policy_gate_213f7313,next_blocked_decisions_4140ad2b,node_agent_mmd_orchestration_layer_orchestration_lear_5a2a5b08,node_agent_mmd_tool_layer_toollayer_learnings_test_le_d61f175f,node_agent_mmd_orchestration_layer_orchestration_init_daf6ae1b,node_agent_mmd_tool_layer_toollayer_init_test_init_te_ae014ee3,node_agent_mmd_memory_vector_layer_memorylayer_init_t_bac0fb9d,doctor_test_e032e8b5,doctor_tool_checks_4acac51a,doctor_github_tool_checks_a53b0382,doctor_checks_5a2eb2b9,node_agent_mmd_orchestration_layer_orchestration_docs_22c7ae60,node_agent_mmd_tool_layer_toollayer_docs_gate_test_do_ca0c4c21,node_agent_mmd_memory_vector_layer_memorylayer_docs_g_2ab7a620,node_agent_mmd_tool_layer_toollayer_ci_migrate_core_c_049f8460,node_agent_mmd_memory_vector_layer_memorylayer_ci_mig_0cd5b1a4,types_1_4ecdf56e,node_agent_mmd_orchestration_layer_orchestration_orch_af4e7416,node_agent_mmd_tool_layer_toollayer_orchestrator_test_b563c528,node_agent_mmd_orchestration_layer_orchestration_tool_cc43149f,node_agent_mmd_tool_layer_toollayer_tooling_baseline__61e66e9f,node_agent_mmd_memory_vector_layer_memorylayer_toolin_14f86b00,tooling_baseline_test_d272ddb6,evaluation_engine_core_e054fe49,normalise_test_73e8a615,normalise_renderer_85f2e563,normalise_he_phase_exit_test_1788efc4,node_agent_mmd_tool_layer_toollayer_validator_validat_96a84a52,node_agent_mmd_memory_vector_layer_memorylayer_valida_1b167f63,node_agent_mmd_tool_layer_toollayer_metrics_tracker_m_4c9237d8,node_agent_mmd_memory_vector_layer_memorylayer_metric_12562178,node_agent_mmd_tool_layer_toollayer_metrics_tracker_t_8947b778,node_agent_mmd_memory_vector_layer_memorylayer_metric_74129788,client_1_914e1681,pr_creator_dc6b1ea4,scaffold_shell_quality_test_79567d03,scaffold_release_private_npm_template_075499f8,scaffold_github_actions_pr_pipeline_template_e2b85f62,scaffold_github_actions_pr_pipeline_template_test_be464a7b,scaffold_github_actions_pr_pipeline_renderer_1ee18de5,scaffold_github_actions_pr_pipeline_renderer_test_2cc38272,node_agent_mmd_orchestration_layer_orchestration_scaf_c9a90c2f,node_agent_mmd_tool_layer_toollayer_scaffold_environm_c1afc013,node_agent_mmd_memory_vector_layer_memorylayer_scaffo_12b42341,node_agent_mmd_orchestration_layer_orchestration_scaf_78d57a93,node_agent_mmd_tool_layer_toollayer_scaffold_environm_1a8f8168,scaffold_config_templates_4b80ce53,scaffold_codex_environment_templates_334fbbed,scaffold_ci_templates_2afd6392,init_output_360dce91,closure_evidence_aaa31467,observed_skill_usage_ed7d5930,observed_skill_usage_test_311c215a,ralph_runtime_73d63c0e,node_agent_mmd_orchestration_layer_orchestration_he_p_fc778c24,node_agent_mmd_tool_layer_toollayer_he_phase_exit_cor_af016160,node_agent_mmd_orchestration_layer_orchestration_harn_7761fad1,node_agent_mmd_tool_layer_toollayer_harness_closeout__df9d1dab,validator_helpers_7b927667,node_agent_mmd_orchestration_layer_orchestration_vali_d9fe99e6,node_agent_mmd_tool_layer_toollayer_validator_core_va_6ef6131f,node_agent_mmd_memory_vector_layer_memorylayer_valida_41034356,node_agent_mmd_orchestration_layer_orchestration_type_7cf81261,node_agent_mmd_tool_layer_toollayer_types_core_types__6c8319b6,node_agent_mmd_memory_vector_layer_memorylayer_types__83f369fa,node_agent_mmd_orchestration_layer_orchestration_poli_3270b55d,node_agent_mmd_tool_layer_toollayer_policy_validators_af136abf,node_agent_mmd_memory_vector_layer_memorylayer_policy_1944de42,node_agent_mmd_tool_layer_toollayer_command_registry__cce57abe,node_agent_mmd_memory_vector_layer_memorylayer_comman_362247bb,node_agent_mmd_orchestration_layer_orchestration_modu_72373e29,node_agent_mmd_tool_layer_toollayer_module_boundaries_fecf90b5,node_agent_mmd_memory_vector_layer_memorylayer_module_9bfd18b1,node_agent_mmd_tool_layer_toollayer_command_capabilit_e97a4615,node_agent_mmd_memory_vector_layer_memorylayer_comman_c72a5d05,command_capabilities_a4d5c71e toolNode
  classDef memNode fill:#555,color:#fff
-   class node_agent_mmd_llm_model_layer_llmlayer_cli_dispatch__7ecbc6e7,node_agent_mmd_memory_vector_layer_memorylayer_cli_di_c121353b,pr_template_validator_test_569b1cef,run_local_memory_preflight_36e92808,run_local_memory_preflight_test_1d7c5aa0,node_agent_mmd_orchestration_layer_orchestration_tool_5f9f8adf,node_agent_mmd_memory_vector_layer_memorylayer_toolin_48be0fc9,node_agent_mmd_orchestration_layer_orchestration_tool_acfe0c01,node_agent_mmd_memory_vector_layer_memorylayer_toolin_a1185b8f,node_agent_mmd_llm_model_layer_llmlayer_search_search_66b9a911,node_agent_mmd_memory_vector_layer_memorylayer_search_ac35cb7e,node_agent_mmd_llm_model_layer_llmlayer_search_test_s_72d50705,node_agent_mmd_memory_vector_layer_memorylayer_search_ebbe6c53,node_agent_mmd_orchestration_layer_orchestration_revi_ae9f100c,node_agent_mmd_tool_layer_toollayer_review_gate_test__548e6c28,node_agent_mmd_memory_vector_layer_memorylayer_review_e0e0b257,node_agent_mmd_tool_layer_toollayer_review_gate_core__7704598b,node_agent_mmd_memory_vector_layer_memorylayer_review_5bee9816,review_context_ca6cf81d,node_agent_mmd_orchestration_layer_orchestration_revi_84f25e5b,node_agent_mmd_memory_vector_layer_memorylayer_review_3255d3cf,node_agent_mmd_orchestration_layer_orchestration_refr_10a87984,node_agent_mmd_memory_vector_layer_memorylayer_refres_b1a0f415,pattern_scope_siblings_43abe000,memory_gate_a577a506,local_memory_preflight_dcc36c42,local_memory_preflight_test_5e323bbf,node_agent_mmd_orchestration_layer_orchestration_init_daf6ae1b,node_agent_mmd_tool_layer_toollayer_init_test_init_te_ae014ee3,node_agent_mmd_memory_vector_layer_memorylayer_init_t_bac0fb9d,node_agent_mmd_llm_model_layer_llmlayer_index_context_1041bd11,node_agent_mmd_memory_vector_layer_memorylayer_index__6f3402d0,node_agent_mmd_llm_model_layer_llmlayer_index_context_7e927b45,node_agent_mmd_memory_vector_layer_memorylayer_index__46fc46d7,node_agent_mmd_orchestration_layer_orchestration_docs_22c7ae60,node_agent_mmd_tool_layer_toollayer_docs_gate_test_do_ca0c4c21,node_agent_mmd_memory_vector_layer_memorylayer_docs_g_2ab7a620,docs_gate_core_eb9b6c18,node_agent_mmd_llm_model_layer_llmlayer_context_conte_ad2dfbd9,node_agent_mmd_memory_vector_layer_memorylayer_contex_78ceaaa9,node_agent_mmd_llm_model_layer_llmlayer_context_test__32277db3,node_agent_mmd_memory_vector_layer_memorylayer_contex_4e7cab00,context_integrity_acceptance_test_59f961b1,context_health_80bb7da9,context_health_test_3b5b87f3,node_agent_mmd_orchestration_layer_orchestration_ci_m_a6704d8b,node_agent_mmd_memory_vector_layer_memorylayer_ci_mig_df76706f,node_agent_mmd_tool_layer_toollayer_ci_migrate_core_c_049f8460,node_agent_mmd_memory_vector_layer_memorylayer_ci_mig_0cd5b1a4,check_diagram_freshness_test_c1dc40aa,branch_protect_core_a8feb0fd,node_agent_mmd_orchestration_layer_orchestration_brai_9c019b6e,node_agent_mmd_memory_vector_layer_memorylayer_brain__80b5ea48,node_agent_mmd_orchestration_layer_orchestration_agen_eb715f44,node_agent_mmd_memory_vector_layer_memorylayer_agent__6f084ab8,overload_guard_2748c559,overload_guard_test_6ece9f86,types_3_9675d69b,node_agent_mmd_orchestration_layer_orchestration_sugg_85c5ebe3,node_agent_mmd_memory_vector_layer_memorylayer_sugges_267f408d,node_agent_mmd_orchestration_layer_orchestration_sugg_d0ad9d8e,node_agent_mmd_memory_vector_layer_memorylayer_sugges_b043d150,performance_overload_c685bfcf,local_memory_0db17ecc,local_memory_smoke_1175abfc,types_8_f6283648,claim_helpers_20dc8387,node_agent_mmd_orchestration_layer_orchestration_tool_cc43149f,node_agent_mmd_tool_layer_toollayer_tooling_baseline__61e66e9f,node_agent_mmd_memory_vector_layer_memorylayer_toolin_14f86b00,node_agent_mmd_orchestration_layer_orchestration_clas_899b821a,node_agent_mmd_memory_vector_layer_memorylayer_classi_1ebbf5ff,node_agent_mmd_orchestration_layer_orchestration_clas_402e0b3f,node_agent_mmd_memory_vector_layer_memorylayer_classi_58e617e7,node_agent_mmd_tool_layer_toollayer_validator_validat_96a84a52,node_agent_mmd_memory_vector_layer_memorylayer_valida_1b167f63,validator_test_1_c5015ca0,types_12_2b09659a,node_agent_mmd_tool_layer_toollayer_metrics_tracker_m_4c9237d8,node_agent_mmd_memory_vector_layer_memorylayer_metric_12562178,node_agent_mmd_tool_layer_toollayer_metrics_tracker_t_8947b778,node_agent_mmd_memory_vector_layer_memorylayer_metric_74129788,branch_enforcer_acb749cd,review_context_1_e3afed15,index_2_10143590,eval_seed_5699fd3e,workflow_contract_scripts_test_681e2e3c,scaffold_workflow_template_92310587,node_agent_mmd_orchestration_layer_orchestration_scaf_ff8f92f6,node_agent_mmd_memory_vector_layer_memorylayer_scaffo_a86eece1,scaffold_surfaces_12d6494e,scaffold_shell_templates_0ad0f915,scaffold_script_template_registry_69312d4e,scaffold_script_template_registry_test_6a8ebefe,scaffold_root_command_templates_404fed7f,scaffold_root_command_templates_test_14596939,node_agent_mmd_orchestration_layer_orchestration_scaf_c9a90c2f,node_agent_mmd_tool_layer_toollayer_scaffold_environm_c1afc013,node_agent_mmd_memory_vector_layer_memorylayer_scaffo_12b42341,node_agent_mmd_orchestration_layer_orchestration_scaf_12cc07db,node_agent_mmd_memory_vector_layer_memorylayer_scaffo_5fd73b94,scaffold_diagram_templates_dd88e83c,scaffold_diagram_templates_test_f3774c28,node_agent_mmd_orchestration_layer_orchestration_proj_6ab6f60f,node_agent_mmd_memory_vector_layer_memorylayer_projec_3ae304d9,node_agent_mmd_orchestration_layer_orchestration_proj_d78b2f4f,node_agent_mmd_memory_vector_layer_memorylayer_projec_6048335b,node_agent_mmd_orchestration_layer_orchestration_init_2a9c3ecb,node_agent_mmd_memory_vector_layer_memorylayer_init_m_333d02c5,codex_preflight_symlink_test_037558db,harness_decision_test_7e5a4fe5,types_18_37582e2a,node_agent_mmd_llm_model_layer_llmlayer_sync_contract_9f3cc8c1,node_agent_mmd_memory_vector_layer_memorylayer_sync_c_e43418bc,sync_contract_test_5dc3165c,store_824d80d7,sources_1_e133d97d,rollout_a4fa034c,node_agent_mmd_llm_model_layer_llmlayer_ollama_ollama_968b23fa,node_agent_mmd_memory_vector_layer_memorylayer_ollama_6d51be16,node_agent_mmd_llm_model_layer_llmlayer_ollama_test_o_d62a0b5a,node_agent_mmd_memory_vector_layer_memorylayer_ollama_d800c0c4,lexical_fallback_723e2b3e,init_error_5c7dd49f,node_agent_mmd_llm_model_layer_llmlayer_indexer_index_4f4deef5,node_agent_mmd_memory_vector_layer_memorylayer_indexe_93e6d86f,indexer_test_d492f0aa,node_agent_mmd_llm_model_layer_llmlayer_index_index_1_02e160ff,node_agent_mmd_memory_vector_layer_memorylayer_index__752bc61e,context_compact_policy_3dcaf95d,context_compact_policy_test_da148267,node_agent_mmd_llm_model_layer_llmlayer_constants_con_c9bd3f6c,node_agent_mmd_memory_vector_layer_memorylayer_consta_702d3f46,constants_test_5492ae98,node_agent_mmd_orchestration_layer_orchestration_vali_a3b17e45,node_agent_mmd_memory_vector_layer_memorylayer_valida_caacfcdf,node_agent_mmd_orchestration_layer_orchestration_vali_d9fe99e6,node_agent_mmd_tool_layer_toollayer_validator_core_va_6ef6131f,node_agent_mmd_memory_vector_layer_memorylayer_valida_41034356,node_agent_mmd_orchestration_layer_orchestration_type_7cf81261,node_agent_mmd_tool_layer_toollayer_types_core_types__6c8319b6,node_agent_mmd_memory_vector_layer_memorylayer_types__83f369fa,node_agent_mmd_orchestration_layer_orchestration_poli_3270b55d,node_agent_mmd_tool_layer_toollayer_policy_validators_af136abf,node_agent_mmd_memory_vector_layer_memorylayer_policy_1944de42,loader_test_03424671,json_schema_core_96d7e328,index_6_fc9e91e2,harness_run_context_ac7c77a9,harness_run_context_test_c6937fed,node_agent_mmd_tool_layer_toollayer_command_registry__cce57abe,node_agent_mmd_memory_vector_layer_memorylayer_comman_362247bb,branch_protect_sync_570adb18,node_agent_mmd_orchestration_layer_orchestration_modu_72373e29,node_agent_mmd_tool_layer_toollayer_module_boundaries_fecf90b5,node_agent_mmd_memory_vector_layer_memorylayer_module_9bfd18b1,review_gate_command_spec_3187376a,local_memory_preflight_command_spec_9e23f3ce,node_agent_mmd_orchestration_layer_orchestration_comm_a137ef0a,node_agent_mmd_memory_vector_layer_memorylayer_comman_d36d1650,node_agent_mmd_orchestration_layer_orchestration_comm_1f8cc24c,node_agent_mmd_llm_model_layer_llmlayer_command_specs_782af9fa,node_agent_mmd_memory_vector_layer_memorylayer_comman_111eb454,node_agent_mmd_tool_layer_toollayer_command_capabilit_e97a4615,node_agent_mmd_memory_vector_layer_memorylayer_comman_c72a5d05 memNode
+   class node_agent_mmd_llm_model_layer_llmlayer_cli_dispatch__7ecbc6e7,node_agent_mmd_memory_vector_layer_memorylayer_cli_di_c121353b,run_local_memory_preflight_36e92808,run_local_memory_preflight_test_1d7c5aa0,pr_template_validator_test_569b1cef,node_agent_mmd_orchestration_layer_orchestration_tool_5f9f8adf,node_agent_mmd_memory_vector_layer_memorylayer_toolin_48be0fc9,node_agent_mmd_orchestration_layer_orchestration_tool_acfe0c01,node_agent_mmd_memory_vector_layer_memorylayer_toolin_a1185b8f,node_agent_mmd_llm_model_layer_llmlayer_search_search_66b9a911,node_agent_mmd_memory_vector_layer_memorylayer_search_ac35cb7e,node_agent_mmd_llm_model_layer_llmlayer_search_test_s_72d50705,node_agent_mmd_memory_vector_layer_memorylayer_search_ebbe6c53,node_agent_mmd_orchestration_layer_orchestration_revi_ae9f100c,node_agent_mmd_tool_layer_toollayer_review_gate_test__548e6c28,node_agent_mmd_memory_vector_layer_memorylayer_review_e0e0b257,node_agent_mmd_tool_layer_toollayer_review_gate_core__7704598b,node_agent_mmd_memory_vector_layer_memorylayer_review_5bee9816,review_context_ca6cf81d,node_agent_mmd_orchestration_layer_orchestration_revi_84f25e5b,node_agent_mmd_memory_vector_layer_memorylayer_review_3255d3cf,node_agent_mmd_orchestration_layer_orchestration_refr_10a87984,node_agent_mmd_memory_vector_layer_memorylayer_refres_b1a0f415,pattern_scope_siblings_43abe000,memory_gate_a577a506,local_memory_preflight_dcc36c42,local_memory_preflight_test_5e323bbf,node_agent_mmd_orchestration_layer_orchestration_init_daf6ae1b,node_agent_mmd_tool_layer_toollayer_init_test_init_te_ae014ee3,node_agent_mmd_memory_vector_layer_memorylayer_init_t_bac0fb9d,node_agent_mmd_llm_model_layer_llmlayer_index_context_1041bd11,node_agent_mmd_memory_vector_layer_memorylayer_index__6f3402d0,node_agent_mmd_llm_model_layer_llmlayer_index_context_7e927b45,node_agent_mmd_memory_vector_layer_memorylayer_index__46fc46d7,node_agent_mmd_orchestration_layer_orchestration_docs_22c7ae60,node_agent_mmd_tool_layer_toollayer_docs_gate_test_do_ca0c4c21,node_agent_mmd_memory_vector_layer_memorylayer_docs_g_2ab7a620,docs_gate_core_eb9b6c18,node_agent_mmd_llm_model_layer_llmlayer_context_conte_ad2dfbd9,node_agent_mmd_memory_vector_layer_memorylayer_contex_78ceaaa9,node_agent_mmd_llm_model_layer_llmlayer_context_test__32277db3,node_agent_mmd_memory_vector_layer_memorylayer_contex_4e7cab00,context_integrity_acceptance_test_59f961b1,context_health_80bb7da9,context_health_test_3b5b87f3,node_agent_mmd_orchestration_layer_orchestration_ci_m_a6704d8b,node_agent_mmd_memory_vector_layer_memorylayer_ci_mig_df76706f,node_agent_mmd_tool_layer_toollayer_ci_migrate_core_c_049f8460,node_agent_mmd_memory_vector_layer_memorylayer_ci_mig_0cd5b1a4,check_diagram_freshness_test_c1dc40aa,branch_protect_core_a8feb0fd,node_agent_mmd_orchestration_layer_orchestration_brai_9c019b6e,node_agent_mmd_memory_vector_layer_memorylayer_brain__80b5ea48,node_agent_mmd_orchestration_layer_orchestration_agen_eb715f44,node_agent_mmd_memory_vector_layer_memorylayer_agent__6f084ab8,overload_guard_2748c559,overload_guard_test_6ece9f86,types_3_9675d69b,node_agent_mmd_orchestration_layer_orchestration_sugg_85c5ebe3,node_agent_mmd_memory_vector_layer_memorylayer_sugges_267f408d,node_agent_mmd_orchestration_layer_orchestration_sugg_d0ad9d8e,node_agent_mmd_memory_vector_layer_memorylayer_sugges_b043d150,performance_overload_c685bfcf,local_memory_0db17ecc,local_memory_smoke_1175abfc,types_8_f6283648,claim_helpers_20dc8387,node_agent_mmd_orchestration_layer_orchestration_tool_cc43149f,node_agent_mmd_tool_layer_toollayer_tooling_baseline__61e66e9f,node_agent_mmd_memory_vector_layer_memorylayer_toolin_14f86b00,node_agent_mmd_orchestration_layer_orchestration_clas_899b821a,node_agent_mmd_memory_vector_layer_memorylayer_classi_1ebbf5ff,node_agent_mmd_orchestration_layer_orchestration_clas_402e0b3f,node_agent_mmd_memory_vector_layer_memorylayer_classi_58e617e7,node_agent_mmd_tool_layer_toollayer_validator_validat_96a84a52,node_agent_mmd_memory_vector_layer_memorylayer_valida_1b167f63,validator_test_1_c5015ca0,types_12_2b09659a,node_agent_mmd_tool_layer_toollayer_metrics_tracker_m_4c9237d8,node_agent_mmd_memory_vector_layer_memorylayer_metric_12562178,node_agent_mmd_tool_layer_toollayer_metrics_tracker_t_8947b778,node_agent_mmd_memory_vector_layer_memorylayer_metric_74129788,branch_enforcer_acb749cd,review_context_1_e3afed15,index_2_10143590,eval_seed_5699fd3e,workflow_contract_scripts_test_681e2e3c,scaffold_workflow_template_92310587,node_agent_mmd_orchestration_layer_orchestration_scaf_ff8f92f6,node_agent_mmd_memory_vector_layer_memorylayer_scaffo_a86eece1,scaffold_surfaces_12d6494e,scaffold_shell_templates_0ad0f915,scaffold_script_template_registry_69312d4e,scaffold_script_template_registry_test_6a8ebefe,scaffold_root_command_templates_404fed7f,scaffold_root_command_templates_test_14596939,node_agent_mmd_orchestration_layer_orchestration_scaf_c9a90c2f,node_agent_mmd_tool_layer_toollayer_scaffold_environm_c1afc013,node_agent_mmd_memory_vector_layer_memorylayer_scaffo_12b42341,node_agent_mmd_orchestration_layer_orchestration_scaf_12cc07db,node_agent_mmd_memory_vector_layer_memorylayer_scaffo_5fd73b94,scaffold_diagram_templates_dd88e83c,scaffold_diagram_templates_test_f3774c28,node_agent_mmd_orchestration_layer_orchestration_proj_6ab6f60f,node_agent_mmd_memory_vector_layer_memorylayer_projec_3ae304d9,node_agent_mmd_orchestration_layer_orchestration_proj_d78b2f4f,node_agent_mmd_memory_vector_layer_memorylayer_projec_6048335b,node_agent_mmd_orchestration_layer_orchestration_init_2a9c3ecb,node_agent_mmd_memory_vector_layer_memorylayer_init_m_333d02c5,codex_preflight_symlink_test_037558db,harness_decision_test_7e5a4fe5,types_18_37582e2a,node_agent_mmd_llm_model_layer_llmlayer_sync_contract_9f3cc8c1,node_agent_mmd_memory_vector_layer_memorylayer_sync_c_e43418bc,sync_contract_test_5dc3165c,store_824d80d7,sources_1_e133d97d,rollout_a4fa034c,node_agent_mmd_llm_model_layer_llmlayer_ollama_ollama_968b23fa,node_agent_mmd_memory_vector_layer_memorylayer_ollama_6d51be16,node_agent_mmd_llm_model_layer_llmlayer_ollama_test_o_d62a0b5a,node_agent_mmd_memory_vector_layer_memorylayer_ollama_d800c0c4,lexical_fallback_723e2b3e,init_error_5c7dd49f,node_agent_mmd_llm_model_layer_llmlayer_indexer_index_4f4deef5,node_agent_mmd_memory_vector_layer_memorylayer_indexe_93e6d86f,indexer_test_d492f0aa,node_agent_mmd_llm_model_layer_llmlayer_index_index_1_02e160ff,node_agent_mmd_memory_vector_layer_memorylayer_index__752bc61e,context_compact_policy_3dcaf95d,context_compact_policy_test_da148267,node_agent_mmd_llm_model_layer_llmlayer_constants_con_c9bd3f6c,node_agent_mmd_memory_vector_layer_memorylayer_consta_702d3f46,constants_test_5492ae98,node_agent_mmd_orchestration_layer_orchestration_vali_a3b17e45,node_agent_mmd_memory_vector_layer_memorylayer_valida_caacfcdf,node_agent_mmd_orchestration_layer_orchestration_vali_d9fe99e6,node_agent_mmd_tool_layer_toollayer_validator_core_va_6ef6131f,node_agent_mmd_memory_vector_layer_memorylayer_valida_41034356,node_agent_mmd_orchestration_layer_orchestration_type_7cf81261,node_agent_mmd_tool_layer_toollayer_types_core_types__6c8319b6,node_agent_mmd_memory_vector_layer_memorylayer_types__83f369fa,node_agent_mmd_orchestration_layer_orchestration_poli_3270b55d,node_agent_mmd_tool_layer_toollayer_policy_validators_af136abf,node_agent_mmd_memory_vector_layer_memorylayer_policy_1944de42,loader_test_03424671,json_schema_core_96d7e328,index_6_fc9e91e2,harness_run_context_ac7c77a9,harness_run_context_test_c6937fed,node_agent_mmd_tool_layer_toollayer_command_registry__cce57abe,node_agent_mmd_memory_vector_layer_memorylayer_comman_362247bb,branch_protect_sync_570adb18,node_agent_mmd_orchestration_layer_orchestration_modu_72373e29,node_agent_mmd_tool_layer_toollayer_module_boundaries_fecf90b5,node_agent_mmd_memory_vector_layer_memorylayer_module_9bfd18b1,review_gate_command_spec_3187376a,local_memory_preflight_command_spec_9e23f3ce,node_agent_mmd_orchestration_layer_orchestration_comm_a137ef0a,node_agent_mmd_memory_vector_layer_memorylayer_comman_d36d1650,node_agent_mmd_orchestration_layer_orchestration_comm_1f8cc24c,node_agent_mmd_llm_model_layer_llmlayer_command_specs_782af9fa,node_agent_mmd_memory_vector_layer_memorylayer_comman_111eb454,node_agent_mmd_tool_layer_toollayer_command_capabilit_e97a4615,node_agent_mmd_memory_vector_layer_memorylayer_comman_c72a5d05 memNode
